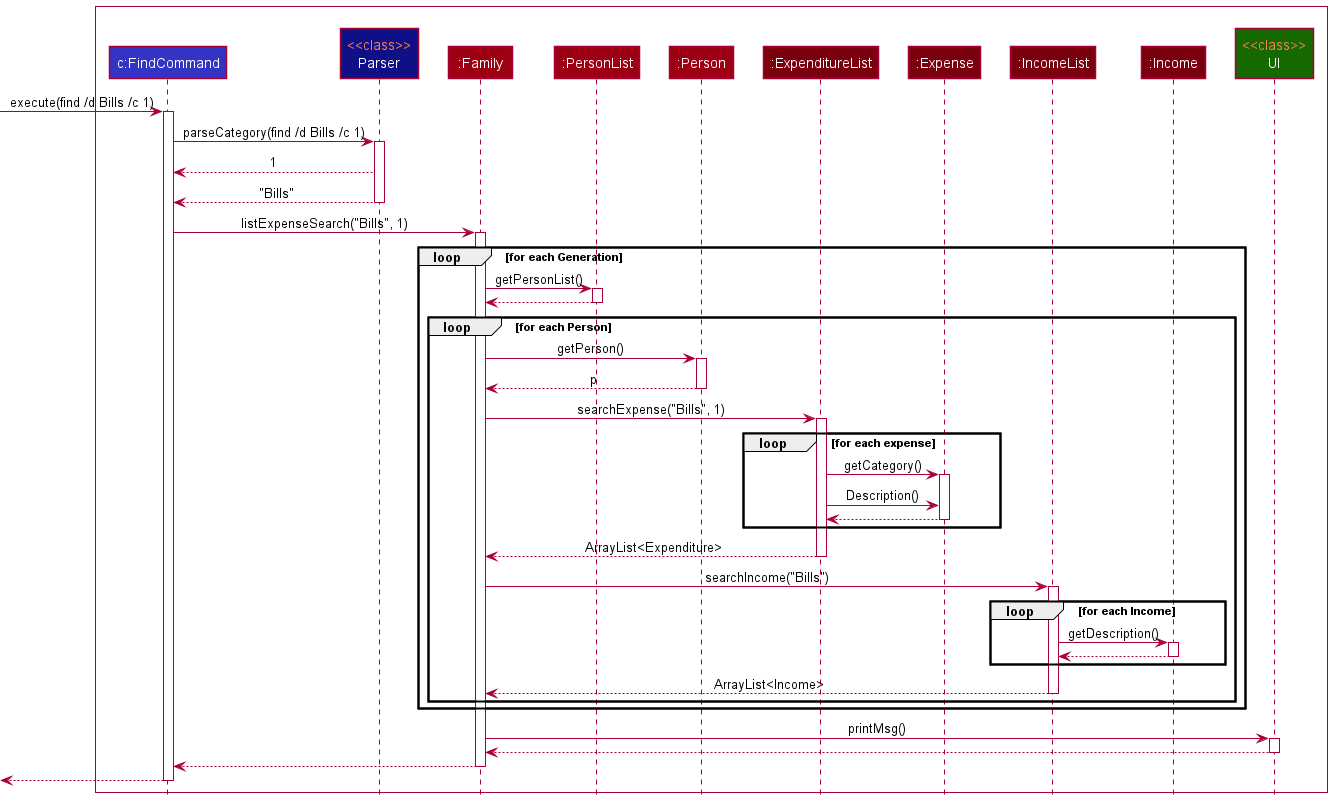
nus-cs2113-AY2122S2/tp keeps this PlantUML diagram as docs/images/FindIncomeExpenditureSequence.png. Above is the earlier version. Source of this version:
```plantuml
@startuml
!include style.puml

box " " #WHITE
    participant "c:FindCommand" as Commands LOGIC_COLOR
    participant "<color:coral><<class>>\nParser" as Parser LOGIC_COLOR_T4
    participant ":Family" as Family MODEL_COLOR
    participant ":PersonList" as PList MODEL_COLOR
    participant ":Person" as Person MODEL_COLOR
    participant ":ExpenditureList" as EList MODEL_COLOR_T3
    participant ":Expense" as Exp MODEL_COLOR_T3
    participant ":IncomeList" as IList MODEL_COLOR_T3
    participant ":Income" as Inc MODEL_COLOR_T3
    participant "<color:coral><<class>>\nUI" as UI UI_COLOR_T3
end box

[-> Commands : execute(find /d Bills /c 1)
activate Commands

Commands -> Parser : parseCategory(find /d Bills /c 1)
activate Parser
Parser --> Commands : 1
Parser --> Commands : "Bills"
deactivate Parser

Commands -> Family : listExpenseSearch("Bills", 1)
activate Family

loop for each Generation
    Family -> PList : getPersonList()
    activate PList
    PList --> Family
    deactivate PList

    loop for each Person
        Family -> Person : getPerson()
        activate Person
        Person --> Family : p
        deactivate Person

        Family -> EList : searchExpense("Bills", 1)
        activate EList

        loop for each expense
            EList -> Exp : getCategory()
            activate Exp
            EList -> Exp : Description()
            Exp --> EList
            deactivate Exp
        end

        EList --> Family : ArrayList<Expenditure>
        deactivate EList

        Family -> IList : searchIncome("Bills")
        activate IList

        loop for each Income
            IList -> Inc : getDescription()
            activate Inc
            Inc --> IList
            deactivate Inc
        end

        IList --> Family : ArrayList<Income>
        deactivate IList

    end
end

Family -> UI : printMsg()
activate UI
UI --> Family
deactivate UI

Family --> Commands
deactivate Family

[<--Commands
deactivate Commands
@enduml
```
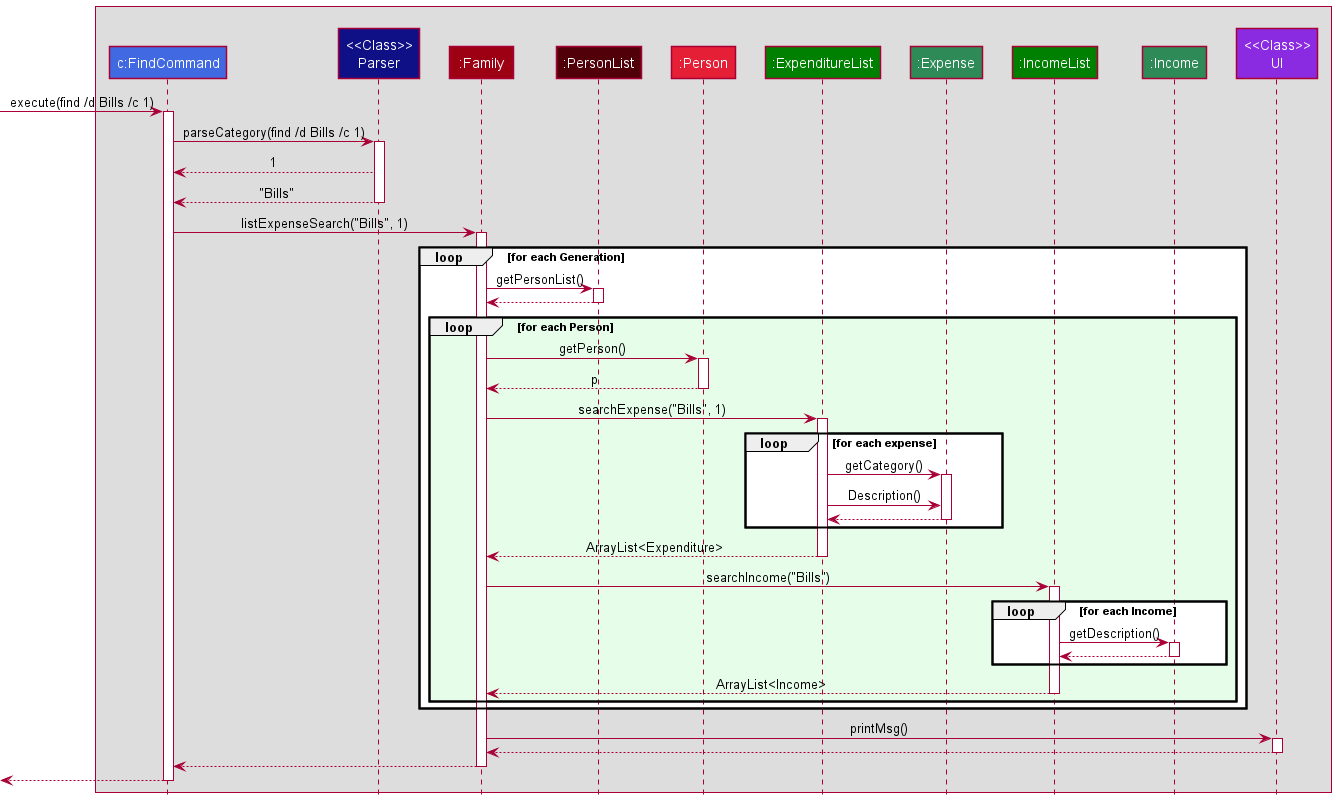
Later version of the same file.

Diff of the diagram source:
```diff
@@ -1,17 +1,17 @@
 @startuml
 !include style.puml
 
-box " " #WHITE
-    participant "c:FindCommand" as Commands LOGIC_COLOR
-    participant "<color:coral><<class>>\nParser" as Parser LOGIC_COLOR_T4
+box " "
+    participant "c:FindCommand" as Commands COMMAND_COLOR_T1
+    participant "<<Class>>\nParser" as Parser LOGIC_COLOR
     participant ":Family" as Family MODEL_COLOR
-    participant ":PersonList" as PList MODEL_COLOR
-    participant ":Person" as Person MODEL_COLOR
-    participant ":ExpenditureList" as EList MODEL_COLOR_T3
-    participant ":Expense" as Exp MODEL_COLOR_T3
-    participant ":IncomeList" as IList MODEL_COLOR_T3
-    participant ":Income" as Inc MODEL_COLOR_T3
-    participant "<color:coral><<class>>\nUI" as UI UI_COLOR_T3
+    participant ":PersonList" as PList MODEL_COLOR_T3
+    participant ":Person" as Person MODEL_COLOR_T2
+    participant ":ExpenditureList" as EList MONEY_COLOR
+    participant ":Expense" as Exp MONEY_COLOR_T1
+    participant ":IncomeList" as IList MONEY_COLOR
+    participant ":Income" as Inc MONEY_COLOR_T1
+    participant "<<Class>>\nUI" as UI UI_COLOR
 end box
 
 [-> Commands : execute(find /d Bills /c 1)
@@ -32,7 +32,7 @@
     PList --> Family
     deactivate PList
 
-    loop for each Person
+    loop LOOP_COLOR for each Person
         Family -> Person : getPerson()
         activate Person
         Person --> Family : p
```
